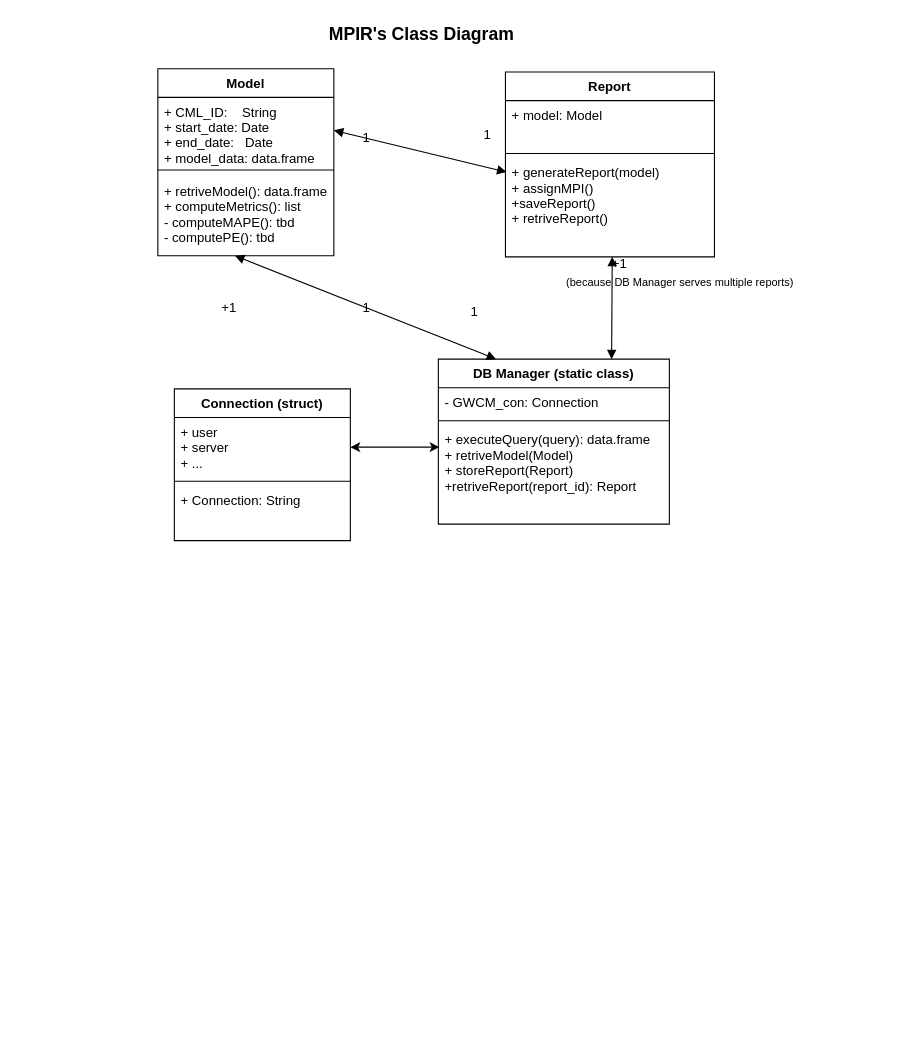
Earlier version of the draw.io diagram ClassDiagram.drawio (aminrigi/Network_CommunityDetection). Source tidied: cells renumbered, new cells numbered last; positions are measured from the earlier drawing's top-left corner, leaving out a move shared by most shapes. Both pictures are drawn from the tidied source at 110%, with x=0, y=0 at pixel (157, 18).
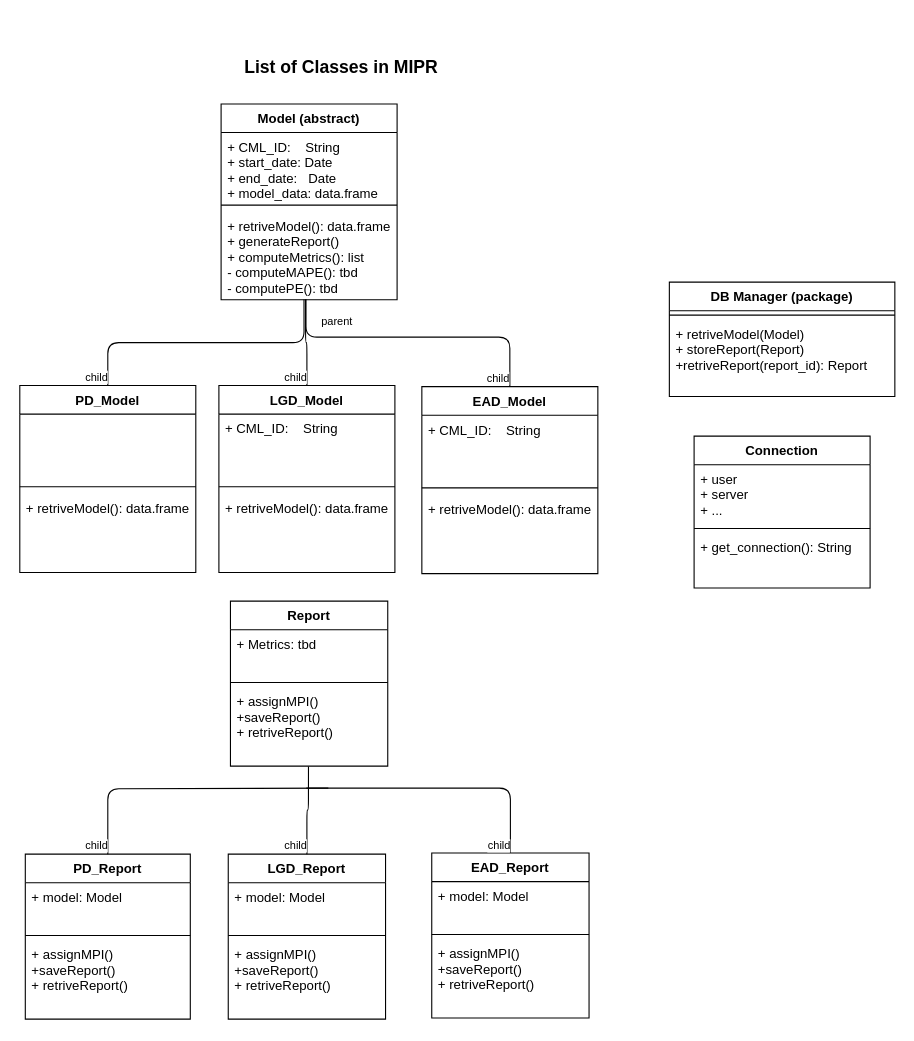
The same page after the edit.

Unchanged cells that the change refers to:
```xml
<mxCell id="3" value="+ CML_ID:    String&#10;+ start_date: Date &#10;+ end_date:   Date&#10;+ model_data: data.frame&#10;" style="text;strokeColor=none;fillColor=none;align=left;verticalAlign=top;spacingLeft=4;spacingRight=4;overflow=hidden;points=[[0,0.5],[1,0.5]];portConstraint=eastwest;" parent="2" vertex="1">
  <mxGeometry y="26" width="160" height="60" as="geometry" />
</mxCell>
<mxCell id="28" value="+ user&#10;+ server&#10;+ ...&#10;" style="text;strokeColor=none;fillColor=none;align=left;verticalAlign=top;spacingLeft=4;spacingRight=4;overflow=hidden;points=[[0,0.5],[1,0.5]];portConstraint=eastwest;" parent="27" vertex="1">
  <mxGeometry y="26" width="160" height="54" as="geometry" />
</mxCell>
```

Change to the diagram source:
```diff
@@
-    <mxCell id="2" value="Model" style="swimlane;fontStyle=1;align=center;verticalAlign=top;horizontal=1;startSize=26;" parent="1" vertex="1">
-      <mxGeometry y="46" width="160" height="170" as="geometry" />
+    <mxCell id="2" value="Model (abstract)" style="swimlane;fontStyle=1;align=center;verticalAlign=top;horizontal=1;startSize=26;" parent="1" vertex="1">
+      <mxGeometry x="57.5" y="78" width="160" height="178" as="geometry" />
     </mxCell>
@@
-    <mxCell id="5" value="+ retriveModel(): data.frame&#10;+ computeMetrics(): list&#10;- computeMAPE(): tbd&#10;- computePE(): tbd&#10;" style="text;strokeColor=none;fillColor=none;align=left;verticalAlign=top;spacingLeft=4;spacingRight=4;overflow=hidden;points=[[0,0.5],[1,0.5]];portConstraint=eastwest;" parent="2" vertex="1">
-      <mxGeometry y="98" width="160" height="72" as="geometry" />
+    <mxCell id="5" value="+ retriveModel(): data.frame&#10;+ generateReport()&#10;+ computeMetrics(): list&#10;- computeMAPE(): tbd&#10;- computePE(): tbd&#10;" style="text;strokeColor=none;fillColor=none;align=left;verticalAlign=top;spacingLeft=4;spacingRight=4;overflow=hidden;points=[[0,0.5],[1,0.5]];portConstraint=eastwest;" parent="2" vertex="1">
+      <mxGeometry y="98" width="160" height="80" as="geometry" />
     </mxCell>
-    <mxCell id="6" value="DB Manager (static class)" style="swimlane;fontStyle=1;align=center;verticalAlign=top;horizontal=1;startSize=26;" parent="1" vertex="1">
-      <mxGeometry x="255" y="310" width="210" height="150" as="geometry" />
+    <mxCell id="6" value="DB Manager (package)" style="swimlane;fontStyle=1;align=center;verticalAlign=top;horizontal=1;startSize=26;" parent="1" vertex="1">
+      <mxGeometry x="465" y="240" width="205" height="104" as="geometry" />
     </mxCell>
-    <mxCell id="7" value="- GWCM_con: Connection" style="text;strokeColor=none;fillColor=none;align=left;verticalAlign=top;spacingLeft=4;spacingRight=4;overflow=hidden;points=[[0,0.5],[1,0.5]];portConstraint=eastwest;" parent="6" vertex="1">
-      <mxGeometry y="26" width="210" height="26" as="geometry" />
-    </mxCell>
     <mxCell id="8" style="line;strokeWidth=1;fillColor=none;align=left;verticalAlign=middle;spacingTop=-1;spacingLeft=3;spacingRight=3;labelPosition=right;" parent="6" vertex="1">
-      <mxGeometry y="52" width="210" height="8" as="geometry" />
+      <mxGeometry y="26" width="205" height="8" as="geometry" />
     </mxCell>
-    <mxCell id="9" style="edgeStyle=orthogonalEdgeStyle;rounded=0;orthogonalLoop=1;jettySize=auto;html=1;exitX=1;exitY=0.5;exitDx=0;exitDy=0;" parent="6" edge="1" source="7" target="7">
-      <mxGeometry relative="1" as="geometry" />
-    </mxCell>
-    <mxCell id="10" value="+ executeQuery(query): data.frame&#10;+ retriveModel(Model)&#10;+ storeReport(Report)&#10;+retriveReport(report_id): Report&#10;" style="text;strokeColor=none;fillColor=none;align=left;verticalAlign=top;spacingLeft=4;spacingRight=4;overflow=hidden;points=[[0,0.5],[1,0.5]];portConstraint=eastwest;" parent="6" vertex="1">
-      <mxGeometry y="60" width="210" height="90" as="geometry" />
+    <mxCell id="10" value="+ retriveModel(Model)&#10;+ storeReport(Report)&#10;+retriveReport(report_id): Report&#10;" style="text;strokeColor=none;fillColor=none;align=left;verticalAlign=top;spacingLeft=4;spacingRight=4;overflow=hidden;points=[[0,0.5],[1,0.5]];portConstraint=eastwest;" parent="6" vertex="1">
+      <mxGeometry y="34" width="205" height="70" as="geometry" />
     </mxCell>
     <mxCell id="11" value="Report" style="swimlane;fontStyle=1;align=center;verticalAlign=top;horizontal=1;startSize=26;" parent="1" vertex="1">
-      <mxGeometry x="316" y="49" width="190" height="168" as="geometry" />
+      <mxGeometry x="66" y="530" width="143" height="150" as="geometry" />
     </mxCell>
-    <mxCell id="12" value="+ model: Model&#10;" style="text;strokeColor=none;fillColor=none;align=left;verticalAlign=top;spacingLeft=4;spacingRight=4;overflow=hidden;points=[[0,0.5],[1,0.5]];portConstraint=eastwest;" parent="11" vertex="1">
-      <mxGeometry y="26" width="190" height="44" as="geometry" />
+    <mxCell id="12" value="+ Metrics: tbd" style="text;strokeColor=none;fillColor=none;align=left;verticalAlign=top;spacingLeft=4;spacingRight=4;overflow=hidden;points=[[0,0.5],[1,0.5]];portConstraint=eastwest;" parent="11" vertex="1">
+      <mxGeometry y="26" width="143" height="44" as="geometry" />
     </mxCell>
     <mxCell id="13" style="line;strokeWidth=1;fillColor=none;align=left;verticalAlign=middle;spacingTop=-1;spacingLeft=3;spacingRight=3;labelPosition=right;" parent="11" vertex="1">
-      <mxGeometry y="70" width="190" height="8" as="geometry" />
+      <mxGeometry y="70" width="143" height="8" as="geometry" />
     </mxCell>
-    <mxCell id="14" style="edgeStyle=orthogonalEdgeStyle;rounded=0;orthogonalLoop=1;jettySize=auto;html=1;exitX=1;exitY=0.5;exitDx=0;exitDy=0;" parent="11" edge="1" source="12" target="12">
-      <mxGeometry relative="1" as="geometry" />
-    </mxCell>
-    <mxCell id="15" value="+ generateReport(model)&#10;+ assignMPI()&#10;+saveReport()&#10;+ retriveReport()" style="text;strokeColor=none;fillColor=none;align=left;verticalAlign=top;spacingLeft=4;spacingRight=4;overflow=hidden;points=[[0,0.5],[1,0.5]];portConstraint=eastwest;" parent="11" vertex="1">
-      <mxGeometry y="78" width="190" height="90" as="geometry" />
+    <mxCell id="15" value="+ assignMPI()&#10;+saveReport()&#10;+ retriveReport()" style="text;strokeColor=none;fillColor=none;align=left;verticalAlign=top;spacingLeft=4;spacingRight=4;overflow=hidden;points=[[0,0.5],[1,0.5]];portConstraint=eastwest;" parent="11" vertex="1">
+      <mxGeometry y="78" width="143" height="72" as="geometry" />
     </mxCell>
-    <mxCell id="16" style="endArrow=block;startArrow=block;endFill=1;startFill=1;html=1;strokeColor=#000000;entryX=0.25;entryY=0;entryDx=0;entryDy=0;exitX=0.438;exitY=1;exitDx=0;exitDy=0;exitPerimeter=0;" parent="1" edge="1" source="5" target="6">
-      <mxGeometry relative="1" as="geometry" />
-    </mxCell>
-    <mxCell id="17" style="endArrow=block;startArrow=block;endFill=1;startFill=1;html=1;strokeColor=#000000;exitX=1;exitY=0.5;exitDx=0;exitDy=0;entryX=0.005;entryY=0.144;entryDx=0;entryDy=0;entryPerimeter=0;" parent="1" edge="1" source="3" target="15">
-      <mxGeometry relative="1" as="geometry" />
-    </mxCell>
-    <mxCell id="18" style="endArrow=block;startArrow=block;endFill=1;startFill=1;html=1;strokeColor=#000000;entryX=0.511;entryY=1;entryDx=0;entryDy=0;entryPerimeter=0;exitX=0.75;exitY=0;exitDx=0;exitDy=0;" parent="1" edge="1" source="6" target="15">
-      <mxGeometry relative="1" as="geometry" />
-    </mxCell>
-    <mxCell id="19" value="1" style="text;align=center;fontStyle=0;verticalAlign=middle;spacingLeft=3;spacingRight=3;strokeColor=none;" parent="1" vertex="1">
-      <mxGeometry x="175" y="95" width="30" height="26" as="geometry" />
-    </mxCell>
-    <mxCell id="20" value="1" style="text;align=center;fontStyle=0;verticalAlign=middle;spacingLeft=3;spacingRight=3;strokeColor=none;" parent="1" vertex="1">
-      <mxGeometry x="285" y="92" width="30" height="26" as="geometry" />
-    </mxCell>
-    <mxCell id="21" value="+1" style="text;align=center;fontStyle=0;verticalAlign=middle;spacingLeft=3;spacingRight=3;strokeColor=none;" parent="1" vertex="1">
-      <mxGeometry x="405" y="210" width="30" height="26" as="geometry" />
-    </mxCell>
-    <mxCell id="22" value="1" style="text;align=center;fontStyle=0;verticalAlign=middle;spacingLeft=3;spacingRight=3;strokeColor=none;" parent="1" vertex="1">
-      <mxGeometry x="273" y="253" width="30" height="26" as="geometry" />
-    </mxCell>
-    <mxCell id="23" value="1" style="text;align=center;fontStyle=0;verticalAlign=middle;spacingLeft=3;spacingRight=3;strokeColor=none;" parent="1" vertex="1">
-      <mxGeometry x="175" y="250" width="30" height="26" as="geometry" />
-    </mxCell>
-    <mxCell id="24" value="+1" style="text;align=center;fontStyle=0;verticalAlign=middle;spacingLeft=3;spacingRight=3;strokeColor=none;" parent="1" vertex="1">
-      <mxGeometry x="50" y="250" width="30" height="26" as="geometry" />
-    </mxCell>
-    <mxCell id="25" value="(because DB Manager serves multiple reports)" style="text;align=center;fontStyle=0;verticalAlign=middle;spacingLeft=3;spacingRight=3;strokeColor=none;fontSize=10;" parent="1" vertex="1">
-      <mxGeometry x="435" y="229" width="80" height="22" as="geometry" />
-    </mxCell>
-    <mxCell id="26" value="MPIR's Class Diagram" style="text;align=center;fontStyle=1;verticalAlign=middle;spacingLeft=3;spacingRight=3;strokeColor=none;fontSize=16;" parent="1" vertex="1">
-      <mxGeometry x="200" width="80" height="26" as="geometry" />
+    <mxCell id="26" value="List of Classes in MIPR" style="text;align=center;fontStyle=1;verticalAlign=middle;spacingLeft=3;spacingRight=3;strokeColor=none;fontSize=16;" parent="1" vertex="1">
+      <mxGeometry x="127" y="30" width="80" height="26" as="geometry" />
     </mxCell>
-    <mxCell id="27" value="Connection (struct)" style="swimlane;fontStyle=1;align=center;verticalAlign=top;horizontal=1;startSize=26;" parent="1" vertex="1">
-      <mxGeometry x="15" y="337" width="160" height="138" as="geometry" />
+    <mxCell id="27" value="Connection" style="swimlane;fontStyle=1;align=center;verticalAlign=top;horizontal=1;startSize=26;" parent="1" vertex="1">
+      <mxGeometry x="487.5" y="380" width="160" height="138" as="geometry" />
     </mxCell>
@@
-    <mxCell id="30" value="+ Connection: String" style="text;strokeColor=none;fillColor=none;align=left;verticalAlign=top;spacingLeft=4;spacingRight=4;overflow=hidden;" parent="27" vertex="1">
+    <mxCell id="30" value="+ get_connection(): String" style="text;strokeColor=none;fillColor=none;align=left;verticalAlign=top;spacingLeft=4;spacingRight=4;overflow=hidden;" parent="27" vertex="1">
       <mxGeometry y="88" width="160" height="50" as="geometry" />
     </mxCell>
-    <mxCell id="31" style="endArrow=classic;startArrow=classic;html=1;entryX=0.005;entryY=0.222;entryDx=0;entryDy=0;entryPerimeter=0;exitX=1;exitY=0.5;exitDx=0;exitDy=0;" parent="1" edge="1" source="28" target="10">
-      <mxGeometry relative="1" as="geometry" />
-    </mxCell>
+    <mxCell id="32" value="PD_Model" style="swimlane;fontStyle=1;align=center;verticalAlign=top;horizontal=1;startSize=26;" parent="1" vertex="1">
+      <mxGeometry x="-125.5" y="334" width="160" height="170" as="geometry" />
+    </mxCell>
+    <mxCell id="33" value="&#10;" style="text;strokeColor=none;fillColor=none;align=left;verticalAlign=top;spacingLeft=4;spacingRight=4;overflow=hidden;" parent="32" vertex="1">
+      <mxGeometry y="26" width="160" height="60" as="geometry" />
+    </mxCell>
+    <mxCell id="34" style="line;strokeWidth=1;fillColor=none;align=left;verticalAlign=middle;spacingTop=-1;spacingLeft=3;spacingRight=3;labelPosition=right;" parent="32" vertex="1">
+      <mxGeometry y="86" width="160" height="12" as="geometry" />
+    </mxCell>
+    <mxCell id="35" value="+ retriveModel(): data.frame&#10;&#10;" style="text;strokeColor=none;fillColor=none;align=left;verticalAlign=top;spacingLeft=4;spacingRight=4;overflow=hidden;" parent="32" vertex="1">
+      <mxGeometry y="98" width="160" height="72" as="geometry" />
+    </mxCell>
+    <mxCell id="36" value="LGD_Model" style="swimlane;fontStyle=1;align=center;verticalAlign=top;horizontal=1;startSize=26;" parent="1" vertex="1">
+      <mxGeometry x="55.5" y="334" width="160" height="170" as="geometry" />
+    </mxCell>
+    <mxCell id="37" value="+ CML_ID:    String&#10;&#10;" style="text;strokeColor=none;fillColor=none;align=left;verticalAlign=top;spacingLeft=4;spacingRight=4;overflow=hidden;" parent="36" vertex="1">
+      <mxGeometry y="26" width="160" height="60" as="geometry" />
+    </mxCell>
+    <mxCell id="38" style="line;strokeWidth=1;fillColor=none;align=left;verticalAlign=middle;spacingTop=-1;spacingLeft=3;spacingRight=3;labelPosition=right;" parent="36" vertex="1">
+      <mxGeometry y="86" width="160" height="12" as="geometry" />
+    </mxCell>
+    <mxCell id="39" value="+ retriveModel(): data.frame&#10;&#10;" style="text;strokeColor=none;fillColor=none;align=left;verticalAlign=top;spacingLeft=4;spacingRight=4;overflow=hidden;" parent="36" vertex="1">
+      <mxGeometry y="98" width="160" height="72" as="geometry" />
+    </mxCell>
+    <mxCell id="40" value="EAD_Model" style="swimlane;fontStyle=1;align=center;verticalAlign=top;horizontal=1;startSize=26;shadow=0;" parent="1" vertex="1">
+      <mxGeometry x="240" y="335" width="160" height="170" as="geometry" />
+    </mxCell>
+    <mxCell id="41" value="+ CML_ID:    String&#10;&#10;" style="text;strokeColor=none;fillColor=none;align=left;verticalAlign=top;spacingLeft=4;spacingRight=4;overflow=hidden;" parent="40" vertex="1">
+      <mxGeometry y="26" width="160" height="60" as="geometry" />
+    </mxCell>
+    <mxCell id="42" style="line;strokeWidth=1;fillColor=none;align=left;verticalAlign=middle;spacingTop=-1;spacingLeft=3;spacingRight=3;labelPosition=right;" parent="40" vertex="1">
+      <mxGeometry y="86" width="160" height="12" as="geometry" />
+    </mxCell>
+    <mxCell id="43" value="+ retriveModel(): data.frame&#10;&#10;" style="text;strokeColor=none;fillColor=none;align=left;verticalAlign=top;spacingLeft=4;spacingRight=4;overflow=hidden;" parent="40" vertex="1">
+      <mxGeometry y="98" width="160" height="72" as="geometry" />
+    </mxCell>
+    <mxCell id="44" style="endArrow=none;html=1;edgeStyle=orthogonalEdgeStyle;entryX=0.5;entryY=0;entryDx=0;entryDy=0;exitX=0.471;exitY=0.996;exitDx=0;exitDy=0;exitPerimeter=0;" parent="1" edge="1" source="5" target="32">
+      <mxGeometry relative="1" as="geometry" />
+    </mxCell>
+    <mxCell id="45" value="child" style="html=1;align=right;verticalAlign=bottom;labelBackgroundColor=#ffffff;fontSize=10;" parent="44" vertex="1">
+      <mxGeometry x="1" relative="1" as="geometry" />
+    </mxCell>
+    <mxCell id="46" style="endArrow=none;html=1;edgeStyle=orthogonalEdgeStyle;exitX=0.48;exitY=0.996;exitDx=0;exitDy=0;exitPerimeter=0;entryX=0.5;entryY=0;entryDx=0;entryDy=0;" parent="1" edge="1" source="5" target="36">
+      <mxGeometry relative="1" as="geometry" />
+    </mxCell>
+    <mxCell id="47" value="parent" style="html=1;align=left;verticalAlign=bottom;labelBackgroundColor=#ffffff;fontSize=10;" parent="46" vertex="1">
+      <mxGeometry x="-1" relative="1" as="geometry">
+        <mxPoint x="13" y="27.5" as="offset" />
+      </mxGeometry>
+    </mxCell>
+    <mxCell id="48" value="child" style="html=1;align=right;verticalAlign=bottom;labelBackgroundColor=#ffffff;fontSize=10;" parent="46" vertex="1">
+      <mxGeometry x="1" relative="1" as="geometry" />
+    </mxCell>
+    <mxCell id="49" style="endArrow=none;html=1;edgeStyle=orthogonalEdgeStyle;entryX=0.5;entryY=0;entryDx=0;entryDy=0;exitX=0.482;exitY=0.995;exitDx=0;exitDy=0;exitPerimeter=0;" parent="1" edge="1" source="5" target="40">
+      <mxGeometry relative="1" as="geometry">
+        <Array as="points">
+          <mxPoint x="135" y="290" />
+          <mxPoint x="320" y="290" />
+        </Array>
+      </mxGeometry>
+    </mxCell>
+    <mxCell id="50" value="child" style="html=1;align=right;verticalAlign=bottom;labelBackgroundColor=#ffffff;fontSize=10;" parent="49" vertex="1">
+      <mxGeometry x="1" relative="1" as="geometry" />
+    </mxCell>
+    <mxCell id="51" value="PD_Report" style="swimlane;fontStyle=1;align=center;verticalAlign=top;horizontal=1;startSize=26;" parent="1" vertex="1">
+      <mxGeometry x="-120.5" y="760" width="150" height="150" as="geometry" />
+    </mxCell>
+    <mxCell id="52" value="+ model: Model&#10;" style="text;strokeColor=none;fillColor=none;align=left;verticalAlign=top;spacingLeft=4;spacingRight=4;overflow=hidden;" parent="51" vertex="1">
+      <mxGeometry y="26" width="150" height="44" as="geometry" />
+    </mxCell>
+    <mxCell id="53" style="line;strokeWidth=1;fillColor=none;align=left;verticalAlign=middle;spacingTop=-1;spacingLeft=3;spacingRight=3;labelPosition=right;" parent="51" vertex="1">
+      <mxGeometry y="70" width="150" height="8" as="geometry" />
+    </mxCell>
+    <mxCell id="54" value="+ assignMPI()&#10;+saveReport()&#10;+ retriveReport()" style="text;strokeColor=none;fillColor=none;align=left;verticalAlign=top;spacingLeft=4;spacingRight=4;overflow=hidden;" parent="51" vertex="1">
+      <mxGeometry y="78" width="150" height="72" as="geometry" />
+    </mxCell>
+    <mxCell id="55" value="LGD_Report" style="swimlane;fontStyle=1;align=center;verticalAlign=top;horizontal=1;startSize=26;" parent="1" vertex="1">
+      <mxGeometry x="64" y="760" width="143" height="150" as="geometry" />
+    </mxCell>
+    <mxCell id="56" value="+ model: Model&#10;" style="text;strokeColor=none;fillColor=none;align=left;verticalAlign=top;spacingLeft=4;spacingRight=4;overflow=hidden;" parent="55" vertex="1">
+      <mxGeometry y="26" width="143" height="44" as="geometry" />
+    </mxCell>
+    <mxCell id="57" style="line;strokeWidth=1;fillColor=none;align=left;verticalAlign=middle;spacingTop=-1;spacingLeft=3;spacingRight=3;labelPosition=right;" parent="55" vertex="1">
+      <mxGeometry y="70" width="143" height="8" as="geometry" />
+    </mxCell>
+    <mxCell id="58" value="+ assignMPI()&#10;+saveReport()&#10;+ retriveReport()" style="text;strokeColor=none;fillColor=none;align=left;verticalAlign=top;spacingLeft=4;spacingRight=4;overflow=hidden;" parent="55" vertex="1">
+      <mxGeometry y="78" width="143" height="72" as="geometry" />
+    </mxCell>
+    <mxCell id="59" value="EAD_Report" style="swimlane;fontStyle=1;align=center;verticalAlign=top;horizontal=1;startSize=26;" parent="1" vertex="1">
+      <mxGeometry x="249" y="759" width="143" height="150" as="geometry" />
+    </mxCell>
+    <mxCell id="60" value="+ model: Model&#10;" style="text;strokeColor=none;fillColor=none;align=left;verticalAlign=top;spacingLeft=4;spacingRight=4;overflow=hidden;" parent="59" vertex="1">
+      <mxGeometry y="26" width="143" height="44" as="geometry" />
+    </mxCell>
+    <mxCell id="61" style="line;strokeWidth=1;fillColor=none;align=left;verticalAlign=middle;spacingTop=-1;spacingLeft=3;spacingRight=3;labelPosition=right;" parent="59" vertex="1">
+      <mxGeometry y="70" width="143" height="8" as="geometry" />
+    </mxCell>
+    <mxCell id="62" value="+ assignMPI()&#10;+saveReport()&#10;+ retriveReport()" style="text;strokeColor=none;fillColor=none;align=left;verticalAlign=top;spacingLeft=4;spacingRight=4;overflow=hidden;" parent="59" vertex="1">
+      <mxGeometry y="78" width="143" height="72" as="geometry" />
+    </mxCell>
+    <mxCell id="63" style="endArrow=none;html=1;edgeStyle=orthogonalEdgeStyle;entryX=0.5;entryY=0;entryDx=0;entryDy=0;exitX=0.496;exitY=1.004;exitDx=0;exitDy=0;exitPerimeter=0;" parent="1" edge="1" source="15" target="55">
+      <mxGeometry relative="1" as="geometry" />
+    </mxCell>
+    <mxCell id="64" value="child" style="html=1;align=right;verticalAlign=bottom;labelBackgroundColor=#ffffff;fontSize=10;" parent="63" vertex="1">
+      <mxGeometry x="1" relative="1" as="geometry" />
+    </mxCell>
+    <mxCell id="65" style="endArrow=none;html=1;edgeStyle=orthogonalEdgeStyle;entryX=0.5;entryY=0;entryDx=0;entryDy=0;" parent="1" edge="1" target="51">
+      <mxGeometry relative="1" as="geometry">
+        <mxPoint x="155" y="700" as="sourcePoint" />
+      </mxGeometry>
+    </mxCell>
+    <mxCell id="66" value="child" style="html=1;align=right;verticalAlign=bottom;labelBackgroundColor=#ffffff;fontSize=10;" parent="65" vertex="1">
+      <mxGeometry x="1" relative="1" as="geometry" />
+    </mxCell>
+    <mxCell id="67" style="endArrow=none;html=1;edgeStyle=orthogonalEdgeStyle;entryX=0.5;entryY=0;entryDx=0;entryDy=0;" parent="1" edge="1" target="59">
+      <mxGeometry relative="1" as="geometry">
+        <mxPoint x="135" y="700" as="sourcePoint" />
+        <Array as="points">
+          <mxPoint x="135" y="700" />
+          <mxPoint x="320" y="700" />
+        </Array>
+      </mxGeometry>
+    </mxCell>
+    <mxCell id="68" value="child" style="html=1;align=right;verticalAlign=bottom;labelBackgroundColor=#ffffff;fontSize=10;" parent="67" vertex="1">
+      <mxGeometry x="1" relative="1" as="geometry" />
+    </mxCell>
```
